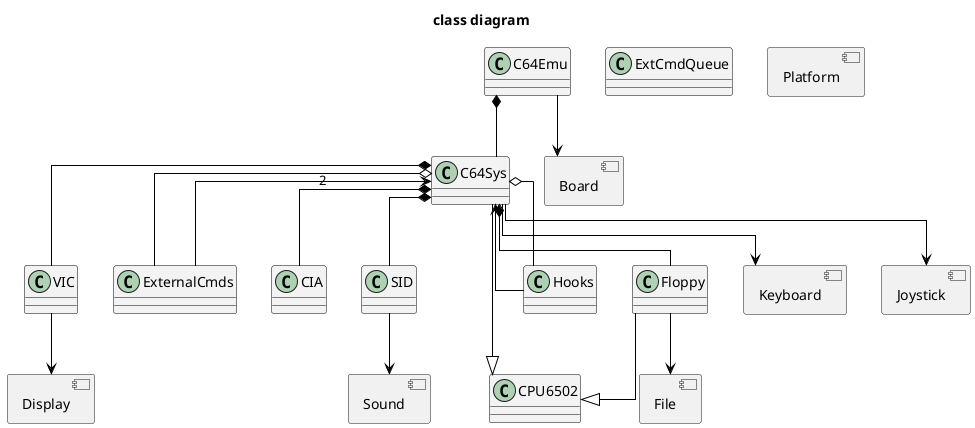
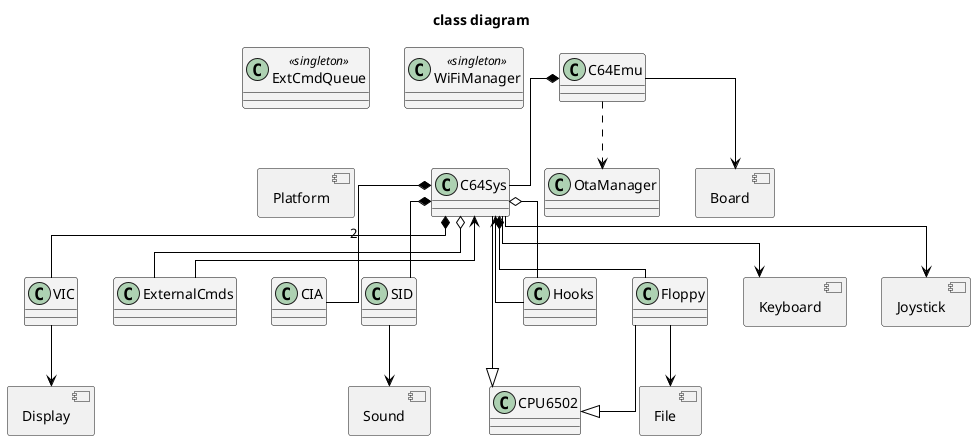
@startuml
title class diagram
skinparam linetype ortho
allowmixing

skinparam class {
  BackgroundColor #f3f3f3
  ArrowColor Black
  BorderColor Black
}

class C64Emu
class C64Sys
class VIC
class ExternalCmds
class CIA
class CPU6502
class SID
class Hooks
class Floppy
- class ExtCmdQueue
+ class ExtCmdQueue <<singleton>>
+ class WiFiManager <<singleton>>
+ class OtaManager

component "Platform" as Platform

component "Board" as Board
C64Emu --> Board

C64Emu *-- C64Sys
+ C64Emu ..> OtaManager

component "Keyboard" as Keyboard
C64Sys --> Keyboard

component "Joystick" as Joystick
C64Sys --> Joystick

C64Sys --|> CPU6502
C64Sys o-- ExternalCmds
C64Sys o-- Hooks
C64Sys *-- VIC
C64Sys *-- CIA : 2
C64Sys *-- SID
C64Sys *-- Floppy

ExternalCmds --> C64Sys
Hooks --> C64Sys
Floppy --|> CPU6502

component "Display" as Display
VIC --> Display

component "Sound" as Sound
SID --> Sound

component "File" as File
Floppy --> File

newpage

skinparam class {
  BackgroundColor #f3f3f3
  ArrowColor Black
  BorderColor Black
}

package "PlatformComponent" {
interface Platform
class PlatformESP32 <<os_specific>>
class PlatformCYD <<os_specific>>
class PlatformLinux <<os_specific>>
class PlatformWindows <<os_specific>>
class Config
note right of Config
Globally used platform- and
board-specific constants
end note
class PlatformManager <<singleton>>
note right of PlatformManager
Globally used singleton providing
platform-specific services
(logging, timers, etc.)
end note
class PlatformFactory <<factory>>

PlatformESP32 ..|> Platform
PlatformCYD ..|> Platform
PlatformLinux ..|> Platform
PlatformWindows ..|> Platform
PlatformManager --> Platform
PlatformFactory ..> Platform
}

package "BoardComponent" {
class T_HMI <<hw_specific>>
class T_DISPLAY_S3 <<hw_specific>>
class Waveshare <<hw_specific>>
class CYD <<hw_specific>>
class LEDMatrixBoard <<hw_specific>>
class Linux <<hw_specific>>
interface BoardDriver
class BoardFactory <<factory>>

T_HMI ..|> BoardDriver
T_DISPLAY_S3 ..|> BoardDriver
Waveshare ..|> BoardDriver
CYD ..|> BoardDriver
LEDMatrixBoard ..|> BoardDriver
Linux ..|> BoardDriver
BoardFactory ..> BoardDriver
}

newpage

skinparam class {
  BackgroundColor #f3f3f3
  ArrowColor Black
  BorderColor Black
}

package "KeyboardComponent" {
class BLEKB <<hw_specific>>
class SDLKB <<hw_specific>>
class WebKB <<hw_specific>>
class NoKB
interface KeyboardDriver
class KeyboardFactory <<factory>>

BLEKB ..|> KeyboardDriver
SDLKB ..|> KeyboardDriver
WebKB ..|> KeyboardDriver
NoKB ..|> KeyboardDriver
KeyboardFactory ..> KeyboardDriver
}

package "JoystickComponent" {
class ArduinoJoystick <<hw_specific>>
class SDLJoystick <<hw_specific>>
class NoJoystick
interface JoystickDriver
class JoystickFactory <<factory>>

ArduinoJoystick ..|> JoystickDriver
SDLJoystick ..|> JoystickDriver
NoJoystick ..|> JoystickDriver
JoystickFactory ..> JoystickDriver
}

newpage

skinparam class {
  BackgroundColor #f3f3f3
  ArrowColor Black
  BorderColor Black
}

package "DisplayComponent" {
class ST7789V <<hw_specific>>
class RM67162 <<hw_specific>>
class ST7789VSerial <<hw_specific>>
class ILI9341 <<hw_specific>>
class LEDMatrixDisplay <<hw_specific>>
class SDLDisplay <<hw_specific>>
interface DisplayDriver
class DisplayFactory <<factory>>

ST7789V ..|> DisplayDriver
RM67162 ..|> DisplayDriver
ST7789VSerial ..|> DisplayDriver
ILI9341 ..|> DisplayDriver
LEDMatrixDisplay ..|> DisplayDriver
SDLDisplay ..|> DisplayDriver
DisplayFactory ..> DisplayDriver
}

package "SoundComponent" {
class I2SSound <<hw_specific>>
class SDLSound <<hw_specific>>
class NoSound
interface SoundDriver
class SoundFactory <<factory>>

I2SSound ..|> SoundDriver
SDLSound ..|> SoundDriver
NoSound ..|> SoundDriver
SoundFactory ..> SoundDriver
}

package "FileComponent" {
class SDMMCFile <<hw_specific>>
class SDCardCYD <<hw_specific>>
class LinuxFile <<hw_specific>>
class NoFile
interface FileDriver
class FileFactory <<factory>>

SDMMCFile ..|> FileDriver
SDCardCYD ..|> FileDriver
LinuxFile ..|> FileDriver
NoFile ..|> FileDriver
FileFactory ..> FileDriver
}

@enduml

